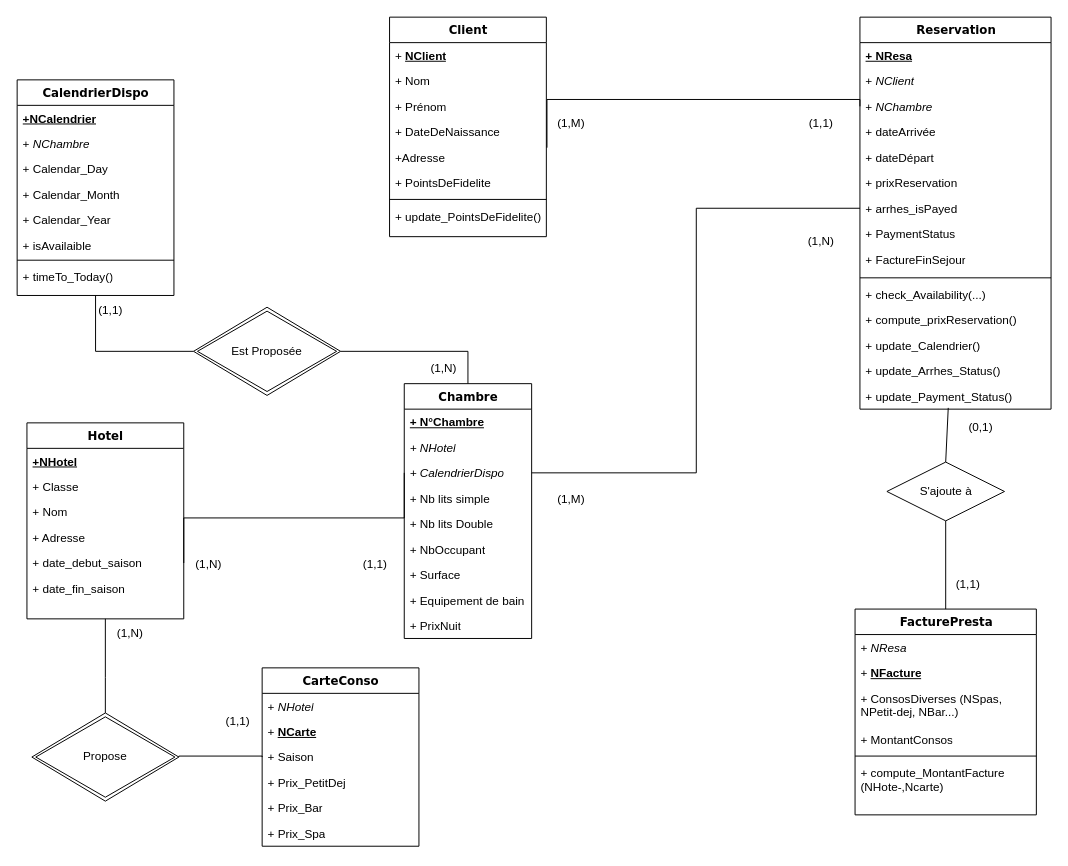
Above: Untitled Diagram.drawio in Adrien-bot/Biostat-BDD (draw.io), before the change. Source tidied: cells renumbered, new cells numbered last; positions are measured from the earlier drawing's top-left corner, leaving out a move shared by most shapes. Both pictures are drawn from the tidied source at 98%, with x=0, y=0 at pixel (17, 17).
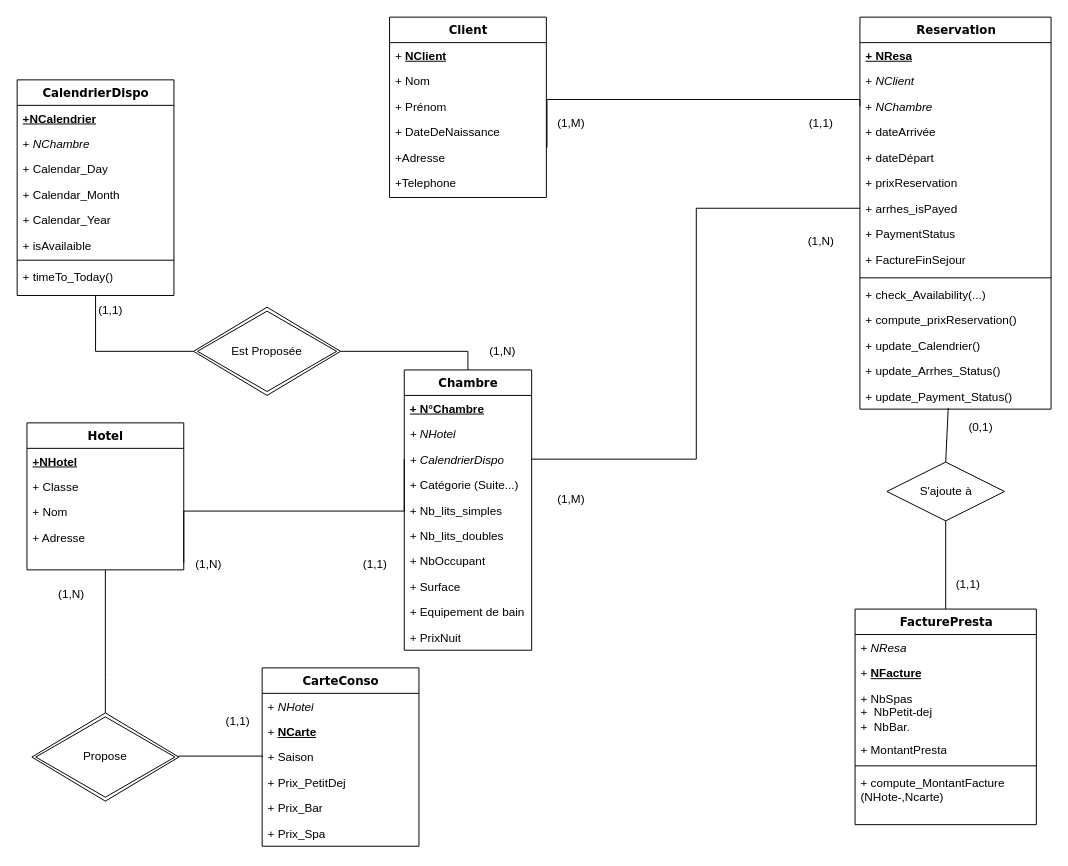
Above is the later version.

Unchanged cells that the change refers to:
```xml
<mxCell id="6" value="&lt;i&gt;+ CalendrierDispo&lt;/i&gt;" style="text;html=1;strokeColor=none;fillColor=none;align=left;verticalAlign=top;spacingLeft=4;spacingRight=4;whiteSpace=wrap;overflow=hidden;points=[[0,0.5],[1,0.5]];portConstraint=eastwest;" parent="3" vertex="1">
  <mxGeometry y="78" width="130" height="26" as="geometry" />
</mxCell>
```

The edit, as a diff of the source:
```diff
@@
-    <mxCell id="2" style="edgeStyle=orthogonalEdgeStyle;rounded=0;jettySize=auto;html=1;endArrow=classic;endFill=1;strokeColor=none;" parent="1" edge="1" target="18">
+    <mxCell id="2" style="edgeStyle=orthogonalEdgeStyle;rounded=0;orthogonalLoop=1;jettySize=auto;html=1;endArrow=classic;endFill=1;strokeColor=none;" parent="1" edge="1">
       <mxGeometry relative="1" as="geometry">
         <mxPoint x="305" y="494" as="sourcePoint" />
+        <mxPoint x="170" y="557.1" as="targetPoint" />
       </mxGeometry>
     </mxCell>
     <mxCell id="3" value="Chambre" style="swimlane;html=1;fontStyle=1;align=center;verticalAlign=top;horizontal=1;startSize=26;swimlaneFillColor=#ffffff;rounded=0;shadow=0;comic=0;labelBackgroundColor=none;strokeWidth=1;fillColor=none;fontFamily=Verdana;fontSize=12;" parent="1" vertex="1">
-      <mxGeometry x="395" y="374" width="130" height="260" as="geometry" />
+      <mxGeometry x="395" y="360" width="130" height="286" as="geometry" />
     </mxCell>
@@
+    <mxCell id="93" value="+ Catégorie (Suite...)" style="text;html=1;strokeColor=none;fillColor=none;align=left;verticalAlign=top;spacingLeft=4;spacingRight=4;whiteSpace=wrap;overflow=hidden;" parent="3" vertex="1">
+      <mxGeometry y="104" width="130" height="26" as="geometry" />
+    </mxCell>
-    <mxCell id="7" value="+ Nb lits simple" style="text;html=1;strokeColor=none;fillColor=none;align=left;verticalAlign=top;spacingLeft=4;spacingRight=4;whiteSpace=wrap;overflow=hidden;" parent="3" vertex="1">
-      <mxGeometry y="104" width="130" height="26" as="geometry" />
+    <mxCell id="7" value="+ Nb_lits_simples" style="text;html=1;strokeColor=none;fillColor=none;align=left;verticalAlign=top;spacingLeft=4;spacingRight=4;whiteSpace=wrap;overflow=hidden;" parent="3" vertex="1">
+      <mxGeometry y="130" width="130" height="26" as="geometry" />
     </mxCell>
-    <mxCell id="8" value="+ Nb lits Double" style="text;html=1;strokeColor=none;fillColor=none;align=left;verticalAlign=top;spacingLeft=4;spacingRight=4;whiteSpace=wrap;overflow=hidden;" parent="3" vertex="1">
-      <mxGeometry y="130" width="130" height="26" as="geometry" />
+    <mxCell id="8" value="+ Nb_lits_doubles" style="text;html=1;strokeColor=none;fillColor=none;align=left;verticalAlign=top;spacingLeft=4;spacingRight=4;whiteSpace=wrap;overflow=hidden;" parent="3" vertex="1">
+      <mxGeometry y="156" width="130" height="26" as="geometry" />
     </mxCell>
     <mxCell id="9" value="+ NbOccupant" style="text;html=1;strokeColor=none;fillColor=none;align=left;verticalAlign=top;spacingLeft=4;spacingRight=4;whiteSpace=wrap;overflow=hidden;" parent="3" vertex="1">
-      <mxGeometry y="156" width="130" height="26" as="geometry" />
+      <mxGeometry y="182" width="130" height="26" as="geometry" />
     </mxCell>
     <mxCell id="10" value="+ Surface" style="text;html=1;strokeColor=none;fillColor=none;align=left;verticalAlign=top;spacingLeft=4;spacingRight=4;whiteSpace=wrap;overflow=hidden;" parent="3" vertex="1">
-      <mxGeometry y="182" width="130" height="26" as="geometry" />
+      <mxGeometry y="208" width="130" height="26" as="geometry" />
     </mxCell>
     <mxCell id="11" value="+ Equipement de bain" style="text;html=1;strokeColor=none;fillColor=none;align=left;verticalAlign=top;spacingLeft=4;spacingRight=4;whiteSpace=wrap;overflow=hidden;" parent="3" vertex="1">
-      <mxGeometry y="208" width="130" height="26" as="geometry" />
+      <mxGeometry y="234" width="130" height="26" as="geometry" />
     </mxCell>
     <mxCell id="12" value="+ PrixNuit" style="text;html=1;strokeColor=none;fillColor=none;align=left;verticalAlign=top;spacingLeft=4;spacingRight=4;whiteSpace=wrap;overflow=hidden;" parent="3" vertex="1">
-      <mxGeometry y="234" width="130" height="26" as="geometry" />
+      <mxGeometry y="260" width="130" height="26" as="geometry" />
     </mxCell>
     <mxCell id="13" value="Hotel" style="swimlane;html=1;fontStyle=1;align=center;verticalAlign=top;horizontal=1;startSize=26;swimlaneFillColor=#ffffff;rounded=0;shadow=0;comic=0;labelBackgroundColor=none;strokeWidth=1;fillColor=none;fontFamily=Verdana;fontSize=12;" parent="1" vertex="1">
-      <mxGeometry x="10" y="414" width="160" height="200" as="geometry" />
+      <mxGeometry x="10" y="414" width="160" height="150" as="geometry" />
     </mxCell>
@@
-    <mxCell id="18" value="&lt;div&gt;+ date_debut_saison&lt;/div&gt;" style="text;html=1;strokeColor=none;fillColor=none;align=left;verticalAlign=top;spacingLeft=4;spacingRight=4;whiteSpace=wrap;overflow=hidden;points=[[0,0.5],[1,0.5]];portConstraint=eastwest;" parent="13" vertex="1">
-      <mxGeometry y="130" width="160" height="26" as="geometry" />
-    </mxCell>
-    <mxCell id="19" value="&lt;div&gt;+ date_fin_saison&lt;/div&gt;" style="text;html=1;strokeColor=none;fillColor=none;align=left;verticalAlign=top;spacingLeft=4;spacingRight=4;whiteSpace=wrap;overflow=hidden;" parent="13" vertex="1">
-      <mxGeometry y="156" width="160" height="26" as="geometry" />
-    </mxCell>
     <mxCell id="20" value="Client" style="swimlane;html=1;fontStyle=1;align=center;verticalAlign=top;horizontal=1;startSize=26;swimlaneFillColor=#ffffff;rounded=0;shadow=0;comic=0;labelBackgroundColor=none;strokeWidth=1;fillColor=none;fontFamily=Verdana;fontSize=12;" parent="1" vertex="1">
-      <mxGeometry x="380" width="160" height="224" as="geometry" />
+      <mxGeometry x="380" width="160" height="184" as="geometry" />
     </mxCell>
@@
-    <mxCell id="26" value="+ PointsDeFidelite" style="text;html=1;strokeColor=none;fillColor=none;align=left;verticalAlign=top;spacingLeft=4;spacingRight=4;whiteSpace=wrap;overflow=hidden;" parent="20" vertex="1">
+    <mxCell id="26" value="+Telephone" style="text;html=1;strokeColor=none;fillColor=none;align=left;verticalAlign=top;spacingLeft=4;spacingRight=4;whiteSpace=wrap;overflow=hidden;" parent="20" vertex="1">
       <mxGeometry y="156" width="160" height="26" as="geometry" />
     </mxCell>
-    <mxCell id="27" style="line;strokeWidth=1;fillColor=none;align=left;verticalAlign=middle;spacingTop=-1;spacingLeft=3;spacingRight=3;labelPosition=right;strokeColor=inherit;" parent="20" vertex="1">
-      <mxGeometry y="182" width="160" height="8" as="geometry" />
-    </mxCell>
-    <mxCell id="28" value="+ update_PointsDeFidelite()" style="text;html=1;strokeColor=none;fillColor=none;align=left;verticalAlign=top;spacingLeft=4;spacingRight=4;whiteSpace=wrap;overflow=hidden;" parent="20" vertex="1">
-      <mxGeometry y="190" width="160" height="26" as="geometry" />
-    </mxCell>
@@
     <mxCell id="54" value="FacturePresta" style="swimlane;html=1;fontStyle=1;align=center;verticalAlign=top;horizontal=1;startSize=26;swimlaneFillColor=#ffffff;rounded=0;shadow=0;comic=0;labelBackgroundColor=none;strokeWidth=1;fillColor=none;fontFamily=Verdana;fontSize=12;" parent="1" vertex="1">
-      <mxGeometry x="855" y="604" width="185" height="210" as="geometry" />
+      <mxGeometry x="855" y="604" width="185" height="220" as="geometry" />
     </mxCell>
@@
-    <mxCell id="57" value="+ ConsosDiverses (NSpas, NPetit-dej, NBar...)" style="text;html=1;strokeColor=none;fillColor=none;align=left;verticalAlign=top;spacingLeft=4;spacingRight=4;whiteSpace=wrap;overflow=hidden;" parent="54" vertex="1">
-      <mxGeometry y="78" width="185" height="42" as="geometry" />
+    <mxCell id="57" value="&lt;div&gt;+ NbSpas&lt;/div&gt;&lt;div&gt;+&amp;nbsp; NbPetit-dej&lt;/div&gt;&lt;div&gt;+&amp;nbsp; NbBar.&lt;/div&gt;" style="text;html=1;strokeColor=none;fillColor=none;align=left;verticalAlign=top;spacingLeft=4;spacingRight=4;whiteSpace=wrap;overflow=hidden;" parent="54" vertex="1">
+      <mxGeometry y="78" width="185" height="52" as="geometry" />
     </mxCell>
-    <mxCell id="58" value="+ MontantConsos" style="text;html=1;strokeColor=none;fillColor=none;align=left;verticalAlign=top;spacingLeft=4;spacingRight=4;whiteSpace=wrap;overflow=hidden;" parent="54" vertex="1">
-      <mxGeometry y="120" width="185" height="26" as="geometry" />
+    <mxCell id="58" value="+ MontantPresta" style="text;html=1;strokeColor=none;fillColor=none;align=left;verticalAlign=top;spacingLeft=4;spacingRight=4;whiteSpace=wrap;overflow=hidden;" parent="54" vertex="1">
+      <mxGeometry y="130" width="185" height="26" as="geometry" />
     </mxCell>
     <mxCell id="59" style="line;strokeWidth=1;fillColor=none;align=left;verticalAlign=middle;spacingTop=-1;spacingLeft=3;spacingRight=3;labelPosition=right;strokeColor=inherit;" parent="54" vertex="1">
-      <mxGeometry y="146" width="185" height="8" as="geometry" />
+      <mxGeometry y="156" width="185" height="8" as="geometry" />
     </mxCell>
     <mxCell id="60" value="+ compute_MontantFacture (NHote-,Ncarte)" style="text;strokeColor=none;fillColor=none;align=left;verticalAlign=top;spacingLeft=4;spacingRight=4;overflow=hidden;whiteSpace=wrap;html=1;" parent="54" vertex="1">
-      <mxGeometry y="154" width="185" height="56" as="geometry" />
+      <mxGeometry y="164" width="185" height="56" as="geometry" />
     </mxCell>
@@
-    <mxCell id="68" style="endArrow=none;html=1;rounded=0;exitX=1;exitY=0.5;exitDx=0;exitDy=0;entryX=0;entryY=0.5;entryDx=0;entryDy=0;edgeStyle=elbowEdgeStyle;elbow=vertical;" parent="1" edge="1" source="18" target="6">
-      <mxGeometry relative="1" as="geometry" />
+    <mxCell id="68" style="endArrow=none;html=1;rounded=0;exitX=1;exitY=0.5;exitDx=0;exitDy=0;entryX=0;entryY=0.5;entryDx=0;entryDy=0;edgeStyle=elbowEdgeStyle;elbow=vertical;" parent="1" edge="1" target="6">
+      <mxGeometry relative="1" as="geometry">
+        <mxPoint x="170" y="557" as="sourcePoint" />
+      </mxGeometry>
     </mxCell>
@@
     <mxCell id="73" value="(1,N)" style="text;html=1;align=center;verticalAlign=middle;strokeColor=none;fillColor=none;" parent="1" vertex="1">
-      <mxGeometry x="410" y="344" width="50" height="30" as="geometry" />
+      <mxGeometry x="470" y="326" width="50" height="30" as="geometry" />
     </mxCell>
@@
     <mxCell id="81" value="(1,N)" style="text;html=1;align=center;verticalAlign=middle;strokeColor=none;fillColor=none;" parent="1" vertex="1">
-      <mxGeometry x="90" y="614" width="50" height="30" as="geometry" />
+      <mxGeometry x="30" y="574" width="50" height="30" as="geometry" />
     </mxCell>
```
